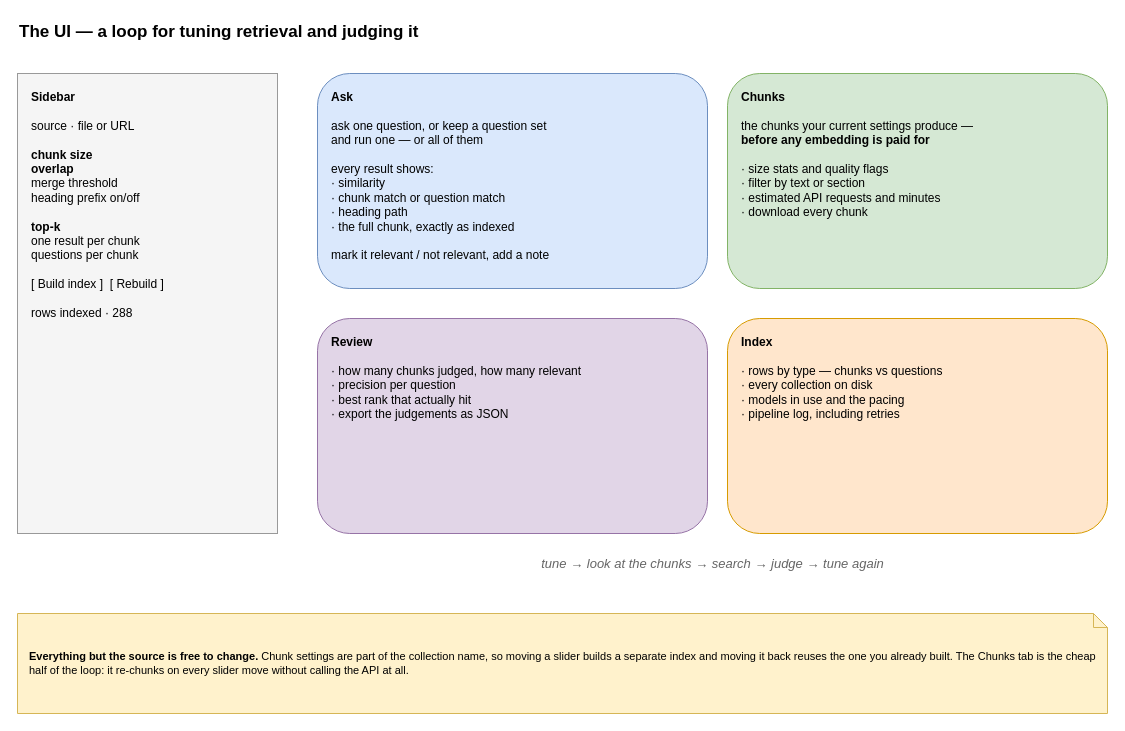
Earlier version of the draw.io diagram page "14 · Streamlit UI" (15 of 15) of architecture.drawio (marwan-osama/athletic-suppliments-RAG). Source tidied: cells renumbered, new cells numbered last; positions are measured from the earlier drawing's top-left corner, leaving out a move shared by most shapes. Both pictures are drawn from the tidied source at 100%, with x=0, y=0 at pixel (17, 17).
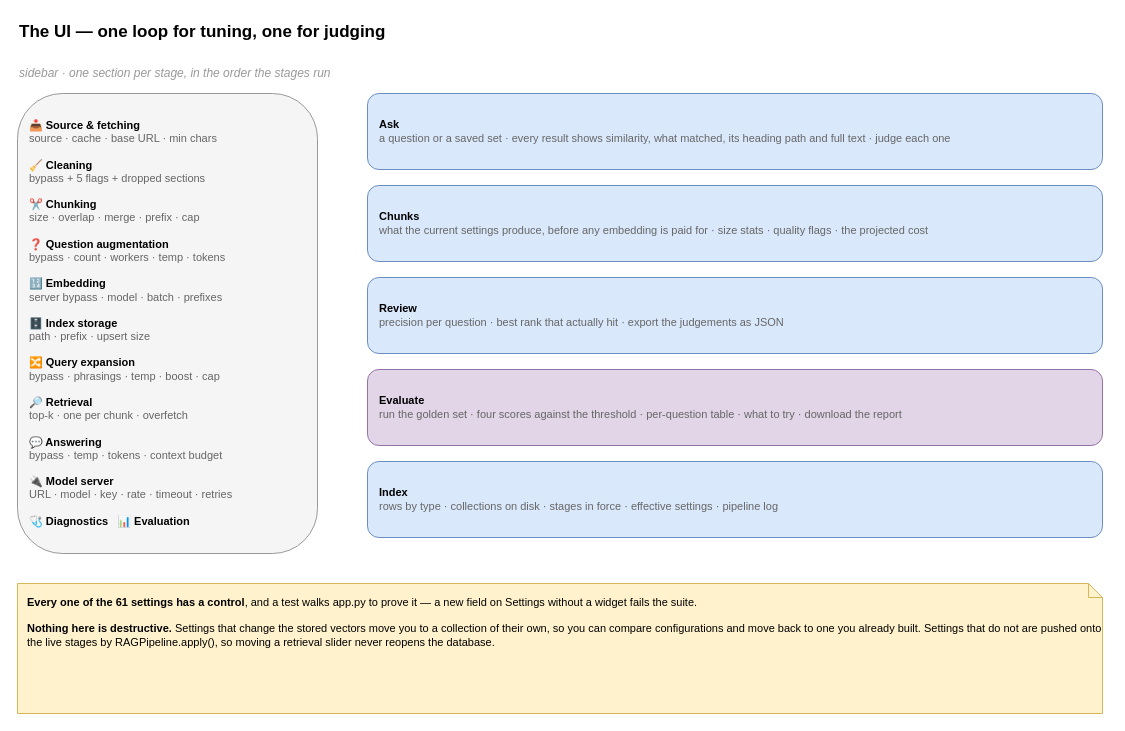
Above is the later version.

Commit message (it also covers changes not shown here):
Rebuild the architecture diagrams as a fifteen-page deck

What changed in the source:
```diff
@@
 <mxGraphModel>
   <root>
     <mxCell id="0" />
     <mxCell id="1" parent="0" />
-    <mxCell id="2" value="The UI — a loop for tuning retrieval and judging it" style="text;html=1;fontSize=17;fontStyle=1;align=left;verticalAlign=middle;" parent="1" vertex="1">
-      <mxGeometry width="640" height="30" as="geometry" />
-    </mxCell>
-    <mxCell id="3" value="&lt;b&gt;Sidebar&lt;/b&gt;&lt;br&gt;&lt;br&gt;source · file or URL&lt;br&gt;&lt;br&gt;&lt;b&gt;chunk size&lt;/b&gt;&lt;br&gt;&lt;b&gt;overlap&lt;/b&gt;&lt;br&gt;merge threshold&lt;br&gt;heading prefix on/off&lt;br&gt;&lt;br&gt;&lt;b&gt;top-k&lt;/b&gt;&lt;br&gt;one result per chunk&lt;br&gt;questions per chunk&lt;br&gt;&lt;br&gt;[ Build index ]&amp;nbsp; [ Rebuild ]&lt;br&gt;&lt;br&gt;rows indexed · 288" style="rounded=0;whiteSpace=wrap;html=1;fillColor=#f5f5f5;strokeColor=#999999;align=left;verticalAlign=top;spacingLeft=12;spacingTop=10;fontSize=12;" parent="1" vertex="1">
-      <mxGeometry y="56" width="260" height="460" as="geometry" />
-    </mxCell>
-    <mxCell id="4" value="&lt;b&gt;Ask&lt;/b&gt;&lt;br&gt;&lt;br&gt;ask one question, or keep a question set&lt;br&gt;and run one — or all of them&lt;br&gt;&lt;br&gt;every result shows:&lt;br&gt;· similarity&lt;br&gt;· chunk match or question match&lt;br&gt;· heading path&lt;br&gt;· the full chunk, exactly as indexed&lt;br&gt;&lt;br&gt;mark it relevant / not relevant, add a note" style="rounded=1;whiteSpace=wrap;html=1;fillColor=#dae8fc;strokeColor=#6c8ebf;align=left;verticalAlign=top;spacingLeft=12;spacingTop=10;fontSize=12;" parent="1" vertex="1">
-      <mxGeometry x="300" y="56" width="390" height="215" as="geometry" />
-    </mxCell>
-    <mxCell id="5" value="&lt;b&gt;Chunks&lt;/b&gt;&lt;br&gt;&lt;br&gt;the chunks your current settings produce —&lt;br&gt;&lt;b&gt;before any embedding is paid for&lt;/b&gt;&lt;br&gt;&lt;br&gt;· size stats and quality flags&lt;br&gt;· filter by text or section&lt;br&gt;· estimated API requests and minutes&lt;br&gt;· download every chunk" style="rounded=1;whiteSpace=wrap;html=1;fillColor=#d5e8d4;strokeColor=#82b366;align=left;verticalAlign=top;spacingLeft=12;spacingTop=10;fontSize=12;" parent="1" vertex="1">
-      <mxGeometry x="710" y="56" width="380" height="215" as="geometry" />
-    </mxCell>
-    <mxCell id="6" value="&lt;b&gt;Review&lt;/b&gt;&lt;br&gt;&lt;br&gt;· how many chunks judged, how many relevant&lt;br&gt;· precision per question&lt;br&gt;· best rank that actually hit&lt;br&gt;· export the judgements as JSON" style="rounded=1;whiteSpace=wrap;html=1;fillColor=#e1d5e7;strokeColor=#9673a6;align=left;verticalAlign=top;spacingLeft=12;spacingTop=10;fontSize=12;" parent="1" vertex="1">
-      <mxGeometry x="300" y="301" width="390" height="215" as="geometry" />
-    </mxCell>
-    <mxCell id="7" value="&lt;b&gt;Index&lt;/b&gt;&lt;br&gt;&lt;br&gt;· rows by type — chunks vs questions&lt;br&gt;· every collection on disk&lt;br&gt;· models in use and the pacing&lt;br&gt;· pipeline log, including retries" style="rounded=1;whiteSpace=wrap;html=1;fillColor=#ffe6cc;strokeColor=#d79b00;align=left;verticalAlign=top;spacingLeft=12;spacingTop=10;fontSize=12;" parent="1" vertex="1">
-      <mxGeometry x="710" y="301" width="380" height="215" as="geometry" />
-    </mxCell>
-    <mxCell id="8" value="tune → look at the chunks → search → judge → tune again" style="text;html=1;fontSize=13;fontStyle=2;align=center;verticalAlign=middle;fontColor=#666666;" parent="1" vertex="1">
-      <mxGeometry x="300" y="531" width="790" height="30" as="geometry" />
-    </mxCell>
-    <mxCell id="9" value="&lt;b&gt;Everything but the source is free to change.&lt;/b&gt; Chunk settings are part of the collection name, so moving a slider builds a separate index and moving it back reuses the one you already built. The Chunks tab is the cheap half of the loop: it re-chunks on every slider move without calling the API at all." style="shape=note;whiteSpace=wrap;html=1;fillColor=#fff2cc;strokeColor=#d6b656;size=14;align=left;spacingLeft=10;fontSize=11;verticalAlign=middle;" parent="1" vertex="1">
-      <mxGeometry y="596" width="1090" height="100" as="geometry" />
-    </mxCell>
+    <mxCell id="10" value="The UI — one loop for tuning, one for judging" style="text;html=1;fontSize=17;align=left;verticalAlign=middle;fontStyle=1;" parent="1" vertex="1">
+      <mxGeometry width="900" height="30" as="geometry" />
+    </mxCell>
+    <mxCell id="11" value="sidebar · one section per stage, in the order the stages run" style="text;html=1;fontSize=12;align=left;verticalAlign=middle;fontStyle=2;fontColor=#999999;" parent="1" vertex="1">
+      <mxGeometry y="46" width="420" height="20" as="geometry" />
+    </mxCell>
+    <mxCell id="12" value="&lt;b&gt;📥 Source &amp;amp; fetching&lt;/b&gt;&lt;br&gt;&lt;font color=&quot;#666666&quot;&gt;source · cache · base URL · min chars&lt;/font&gt;&lt;br&gt;&lt;br&gt;&lt;b&gt;🧹 Cleaning&lt;/b&gt;&lt;br&gt;&lt;font color=&quot;#666666&quot;&gt;bypass + 5 flags + dropped sections&lt;/font&gt;&lt;br&gt;&lt;br&gt;&lt;b&gt;✂️ Chunking&lt;/b&gt;&lt;br&gt;&lt;font color=&quot;#666666&quot;&gt;size · overlap · merge · prefix · cap&lt;/font&gt;&lt;br&gt;&lt;br&gt;&lt;b&gt;❓ Question augmentation&lt;/b&gt;&lt;br&gt;&lt;font color=&quot;#666666&quot;&gt;bypass · count · workers · temp · tokens&lt;/font&gt;&lt;br&gt;&lt;br&gt;&lt;b&gt;🔢 Embedding&lt;/b&gt;&lt;br&gt;&lt;font color=&quot;#666666&quot;&gt;server bypass · model · batch · prefixes&lt;/font&gt;&lt;br&gt;&lt;br&gt;&lt;b&gt;🗄️ Index storage&lt;/b&gt;&lt;br&gt;&lt;font color=&quot;#666666&quot;&gt;path · prefix · upsert size&lt;/font&gt;&lt;br&gt;&lt;br&gt;&lt;b&gt;🔀 Query expansion&lt;/b&gt;&lt;br&gt;&lt;font color=&quot;#666666&quot;&gt;bypass · phrasings · temp · boost · cap&lt;/font&gt;&lt;br&gt;&lt;br&gt;&lt;b&gt;🔎 Retrieval&lt;/b&gt;&lt;br&gt;&lt;font color=&quot;#666666&quot;&gt;top-k · one per chunk · overfetch&lt;/font&gt;&lt;br&gt;&lt;br&gt;&lt;b&gt;💬 Answering&lt;/b&gt;&lt;br&gt;&lt;font color=&quot;#666666&quot;&gt;bypass · temp · tokens · context budget&lt;/font&gt;&lt;br&gt;&lt;br&gt;&lt;b&gt;🔌 Model server&lt;/b&gt;&lt;br&gt;&lt;font color=&quot;#666666&quot;&gt;URL · model · key · rate · timeout · retries&lt;/font&gt;&lt;br&gt;&lt;br&gt;&lt;b&gt;🩺 Diagnostics&lt;/b&gt; &amp;nbsp; &lt;b&gt;📊 Evaluation&lt;/b&gt;" style="rounded=1;whiteSpace=wrap;html=1;fillColor=#f5f5f5;strokeColor=#999999;fontSize=11;align=left;spacingLeft=10;verticalAlign=middle;" parent="1" vertex="1">
+      <mxGeometry y="76" width="300" height="460" as="geometry" />
+    </mxCell>
+    <mxCell id="13" value="&lt;b&gt;Ask&lt;/b&gt;&lt;br&gt;&lt;font color=&quot;#666666&quot;&gt;a question or a saved set · every result shows similarity, what matched, its heading path and full text · judge each one&lt;/font&gt;" style="rounded=1;whiteSpace=wrap;html=1;fillColor=#dae8fc;strokeColor=#6c8ebf;fontSize=11;align=left;spacingLeft=10;verticalAlign=middle;" parent="1" vertex="1">
+      <mxGeometry x="350" y="76" width="735" height="76" as="geometry" />
+    </mxCell>
+    <mxCell id="14" value="&lt;b&gt;Chunks&lt;/b&gt;&lt;br&gt;&lt;font color=&quot;#666666&quot;&gt;what the current settings produce, before any embedding is paid for · size stats · quality flags · the projected cost&lt;/font&gt;" style="rounded=1;whiteSpace=wrap;html=1;fillColor=#dae8fc;strokeColor=#6c8ebf;fontSize=11;align=left;spacingLeft=10;verticalAlign=middle;" parent="1" vertex="1">
+      <mxGeometry x="350" y="168" width="735" height="76" as="geometry" />
+    </mxCell>
+    <mxCell id="15" value="&lt;b&gt;Review&lt;/b&gt;&lt;br&gt;&lt;font color=&quot;#666666&quot;&gt;precision per question · best rank that actually hit · export the judgements as JSON&lt;/font&gt;" style="rounded=1;whiteSpace=wrap;html=1;fillColor=#dae8fc;strokeColor=#6c8ebf;fontSize=11;align=left;spacingLeft=10;verticalAlign=middle;" parent="1" vertex="1">
+      <mxGeometry x="350" y="260" width="735" height="76" as="geometry" />
+    </mxCell>
+    <mxCell id="16" value="&lt;b&gt;Evaluate&lt;/b&gt;&lt;br&gt;&lt;font color=&quot;#666666&quot;&gt;run the golden set · four scores against the threshold · per-question table · what to try · download the report&lt;/font&gt;" style="rounded=1;whiteSpace=wrap;html=1;fillColor=#e1d5e7;strokeColor=#9673a6;fontSize=11;align=left;spacingLeft=10;verticalAlign=middle;" parent="1" vertex="1">
+      <mxGeometry x="350" y="352" width="735" height="76" as="geometry" />
+    </mxCell>
+    <mxCell id="17" value="&lt;b&gt;Index&lt;/b&gt;&lt;br&gt;&lt;font color=&quot;#666666&quot;&gt;rows by type · collections on disk · stages in force · effective settings · pipeline log&lt;/font&gt;" style="rounded=1;whiteSpace=wrap;html=1;fillColor=#dae8fc;strokeColor=#6c8ebf;fontSize=11;align=left;spacingLeft=10;verticalAlign=middle;" parent="1" vertex="1">
+      <mxGeometry x="350" y="444" width="735" height="76" as="geometry" />
+    </mxCell>
+    <mxCell id="18" value="&lt;b&gt;Every one of the 61 settings has a control&lt;/b&gt;, and a test walks app.py to prove it — a new field on Settings without a widget fails the suite.&lt;br&gt;&lt;br&gt;&lt;b&gt;Nothing here is destructive.&lt;/b&gt; Settings that change the stored vectors move you to a collection of their own, so you can compare configurations and move back to one you already built. Settings that do not are pushed onto the live stages by RAGPipeline.apply(), so moving a retrieval slider never reopens the database." style="shape=note;whiteSpace=wrap;html=1;fillColor=#fff2cc;strokeColor=#d6b656;size=14;align=left;spacingLeft=8;fontSize=11;verticalAlign=top;spacingTop=6;" parent="1" vertex="1">
+      <mxGeometry y="566" width="1085" height="130" as="geometry" />
+    </mxCell>
   </root>
 </mxGraphModel>
```
